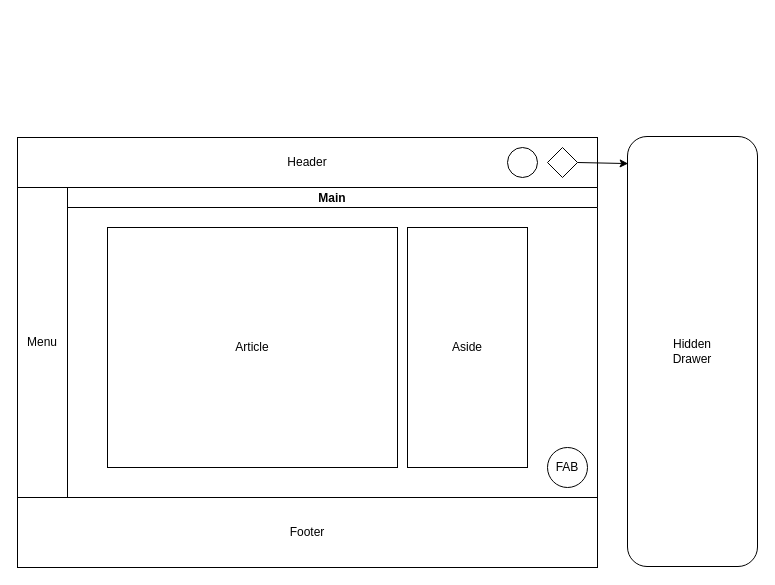
Before: diagrams.dio in ruyd/fullstack-monorepo, a draw.io diagram. Source tidied: cells renumbered, new cells numbered last; positions are measured from the earlier drawing's top-left corner, leaving out a move shared by most shapes. Both pictures are drawn from the tidied source at 100%, with x=0, y=0 at pixel (17, 136).
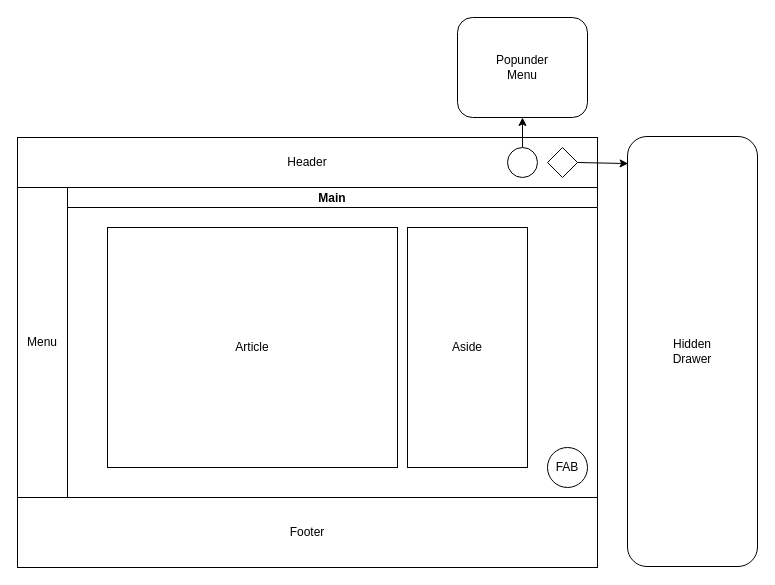
Above is the later version.

Diff of the diagram source:
```diff
@@
 <mxGraphModel>
   <root>
     <mxCell id="0" />
     <mxCell id="1" parent="0" />
     <mxCell id="2" value="Footer" style="rounded=0;whiteSpace=wrap;html=1;" parent="1" vertex="1">
       <mxGeometry y="361" width="580" height="70" as="geometry" />
     </mxCell>
     <mxCell id="3" value="Header" style="rounded=0;whiteSpace=wrap;html=1;" parent="1" vertex="1">
       <mxGeometry y="1" width="580" height="50" as="geometry" />
     </mxCell>
     <mxCell id="4" value="Hidden&lt;br&gt;Drawer" style="rounded=1;whiteSpace=wrap;html=1;" parent="1" vertex="1">
       <mxGeometry x="610" width="130" height="430" as="geometry" />
     </mxCell>
     <mxCell id="5" value="Main" style="swimlane;startSize=20;" parent="1" vertex="1">
       <mxGeometry x="50" y="51" width="530" height="310" as="geometry" />
     </mxCell>
     <mxCell id="6" value="Aside" style="rounded=0;whiteSpace=wrap;html=1;" parent="5" vertex="1">
       <mxGeometry x="340" y="40" width="120" height="240" as="geometry" />
     </mxCell>
     <mxCell id="7" value="Article" style="rounded=0;whiteSpace=wrap;html=1;" parent="5" vertex="1">
       <mxGeometry x="40" y="40" width="290" height="240" as="geometry" />
     </mxCell>
     <mxCell id="8" value="FAB" style="ellipse;whiteSpace=wrap;html=1;" parent="5" vertex="1">
       <mxGeometry x="480" y="260" width="40" height="40" as="geometry" />
     </mxCell>
     <mxCell id="9" value="Menu" style="rounded=0;whiteSpace=wrap;html=1;" parent="1" vertex="1">
       <mxGeometry y="51" width="50" height="310" as="geometry" />
     </mxCell>
+    <mxCell id="13" style="edgeStyle=none;html=1;" parent="1" edge="1" source="10" target="14">
+      <mxGeometry relative="1" as="geometry" />
+    </mxCell>
     <mxCell id="10" style="ellipse;whiteSpace=wrap;html=1;" parent="1" vertex="1">
       <mxGeometry x="490" y="11" width="30" height="30" as="geometry" />
     </mxCell>
     <mxCell id="11" style="edgeStyle=none;html=1;entryX=0.005;entryY=0.063;entryDx=0;entryDy=0;entryPerimeter=0;exitX=1;exitY=0.5;exitDx=0;exitDy=0;" parent="1" edge="1" source="12" target="4">
       <mxGeometry relative="1" as="geometry" />
     </mxCell>
     <mxCell id="12" style="rhombus;whiteSpace=wrap;html=1;" parent="1" vertex="1">
       <mxGeometry x="530" y="11" width="30" height="30" as="geometry" />
     </mxCell>
+    <mxCell id="14" value="Popunder&lt;br&gt;Menu" style="rounded=1;whiteSpace=wrap;html=1;" parent="1" vertex="1">
+      <mxGeometry x="440" y="-119" width="130" height="100" as="geometry" />
+    </mxCell>
   </root>
 </mxGraphModel>
```
